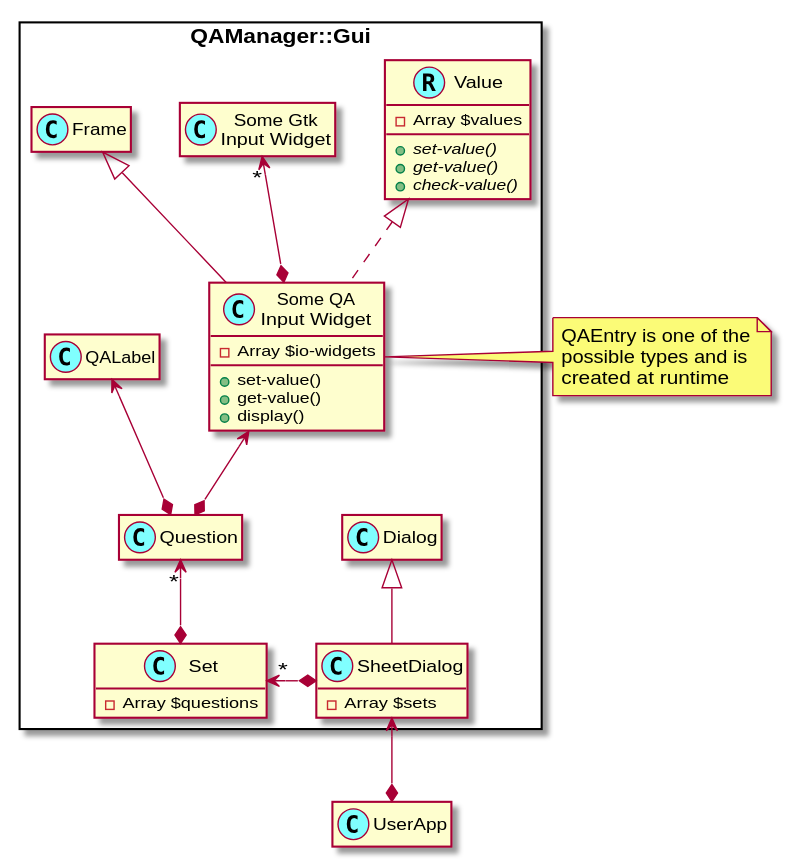
Earlier version of the PlantUML export doc/plantuml/SheetDialog.svg (MARTIMM/qa-manager).
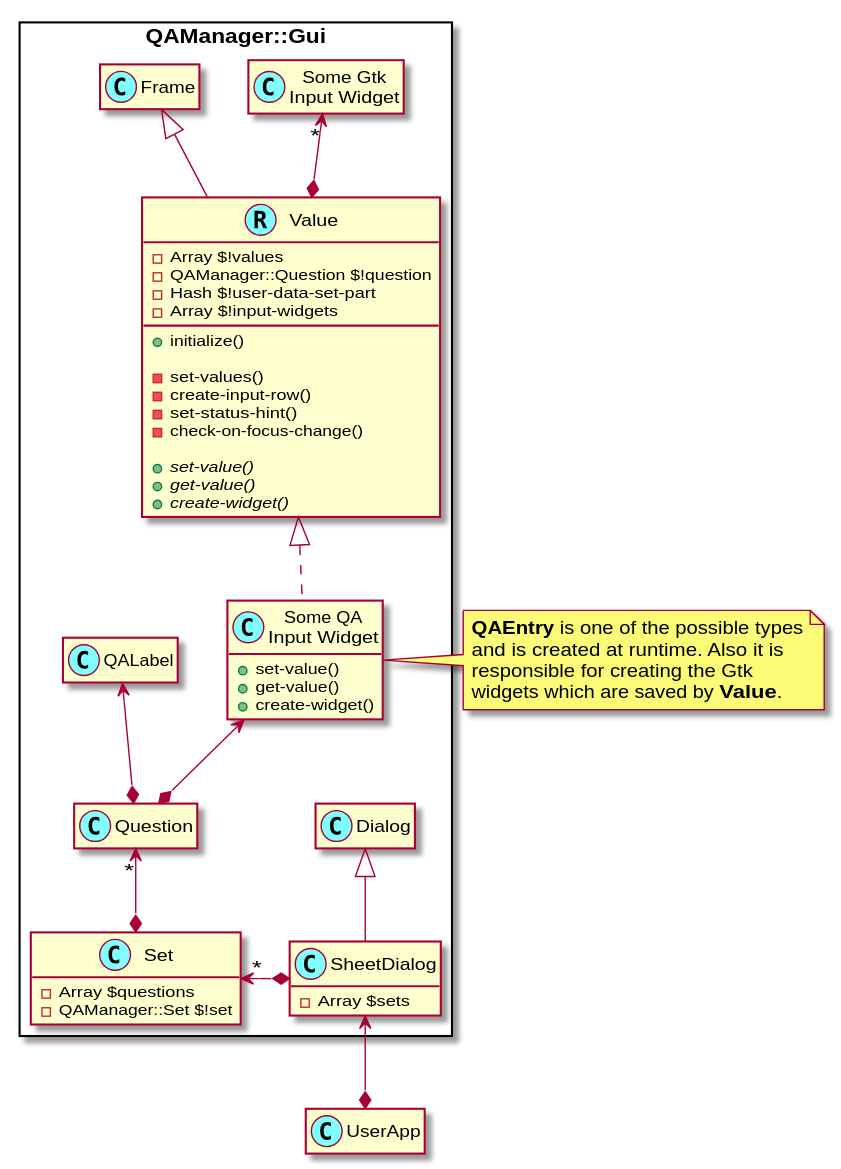
After the commit.

Commit message:
uml diagram

What changed in the source:
```diff
@@ -6,25 +6,36 @@
 
 
 class QAManager::Gui::Value <<(R,#80ffff)>> {
+  +initialize()
+
+  -set-values()
+  -create-input-row()
+  -set-status-hint()
+  -check-on-focus-change()
+
   +{abstract} set-value()
   +{abstract} get-value()
-  +{abstract} check-value()
-  -Array $values
+  +{abstract} create-widget()
+
+  -Array $!values
+  -QAManager::Question $!question
+  -Hash $!user-data-set-part
+  -Array $!input-widgets
 }
 
 class "Some Gtk\nInput Widget" as QAManager::Gui::GtkIOWidget
 
 class "Some QA\nInput Widget" as QAManager::Gui::QAIOWidget {
-  -Array $io-widgets
   +set-value()
   +get-value()
-  +display()
+  +create-widget()
 }
 
-note right of QAManager::Gui::QAIOWidget : QAEntry is one of the\npossible types and is\ncreated at runtime
+note right of QAManager::Gui::QAIOWidget : <b>QAEntry</b> is one of the possible types\nand is created at runtime. Also it is\nresponsible for creating the Gtk\nwidgets which are saved by <b>Value</b>.
 
 class QAManager::Gui::Set {
   -Array $questions
+  -QAManager::Set $!set
 }
 
 class QAManager::Gui::SheetDialog {
@@ -32,13 +43,14 @@
 }
 
 
+
 QAManager::Gui::Dialog <|-- QAManager::Gui::SheetDialog
 QAManager::Gui::Set "*" <-* QAManager::Gui::SheetDialog
 QAManager::Gui::SheetDialog <--* UserApp
 
 QAManager::Gui::Value <|.. QAManager::Gui::QAIOWidget
-QAManager::Gui::GtkIOWidget "*" <--* QAManager::Gui::QAIOWidget
-QAManager::Gui::Frame <|-- QAManager::Gui::QAIOWidget
+QAManager::Gui::Frame <|-- QAManager::Gui::Value
+QAManager::Gui::GtkIOWidget "*" <--* QAManager::Gui::Value
 
 QAManager::Gui::QAIOWidget <--* QAManager::Gui::Question
 QAManager::Gui::QALabel <--* QAManager::Gui::Question
```
